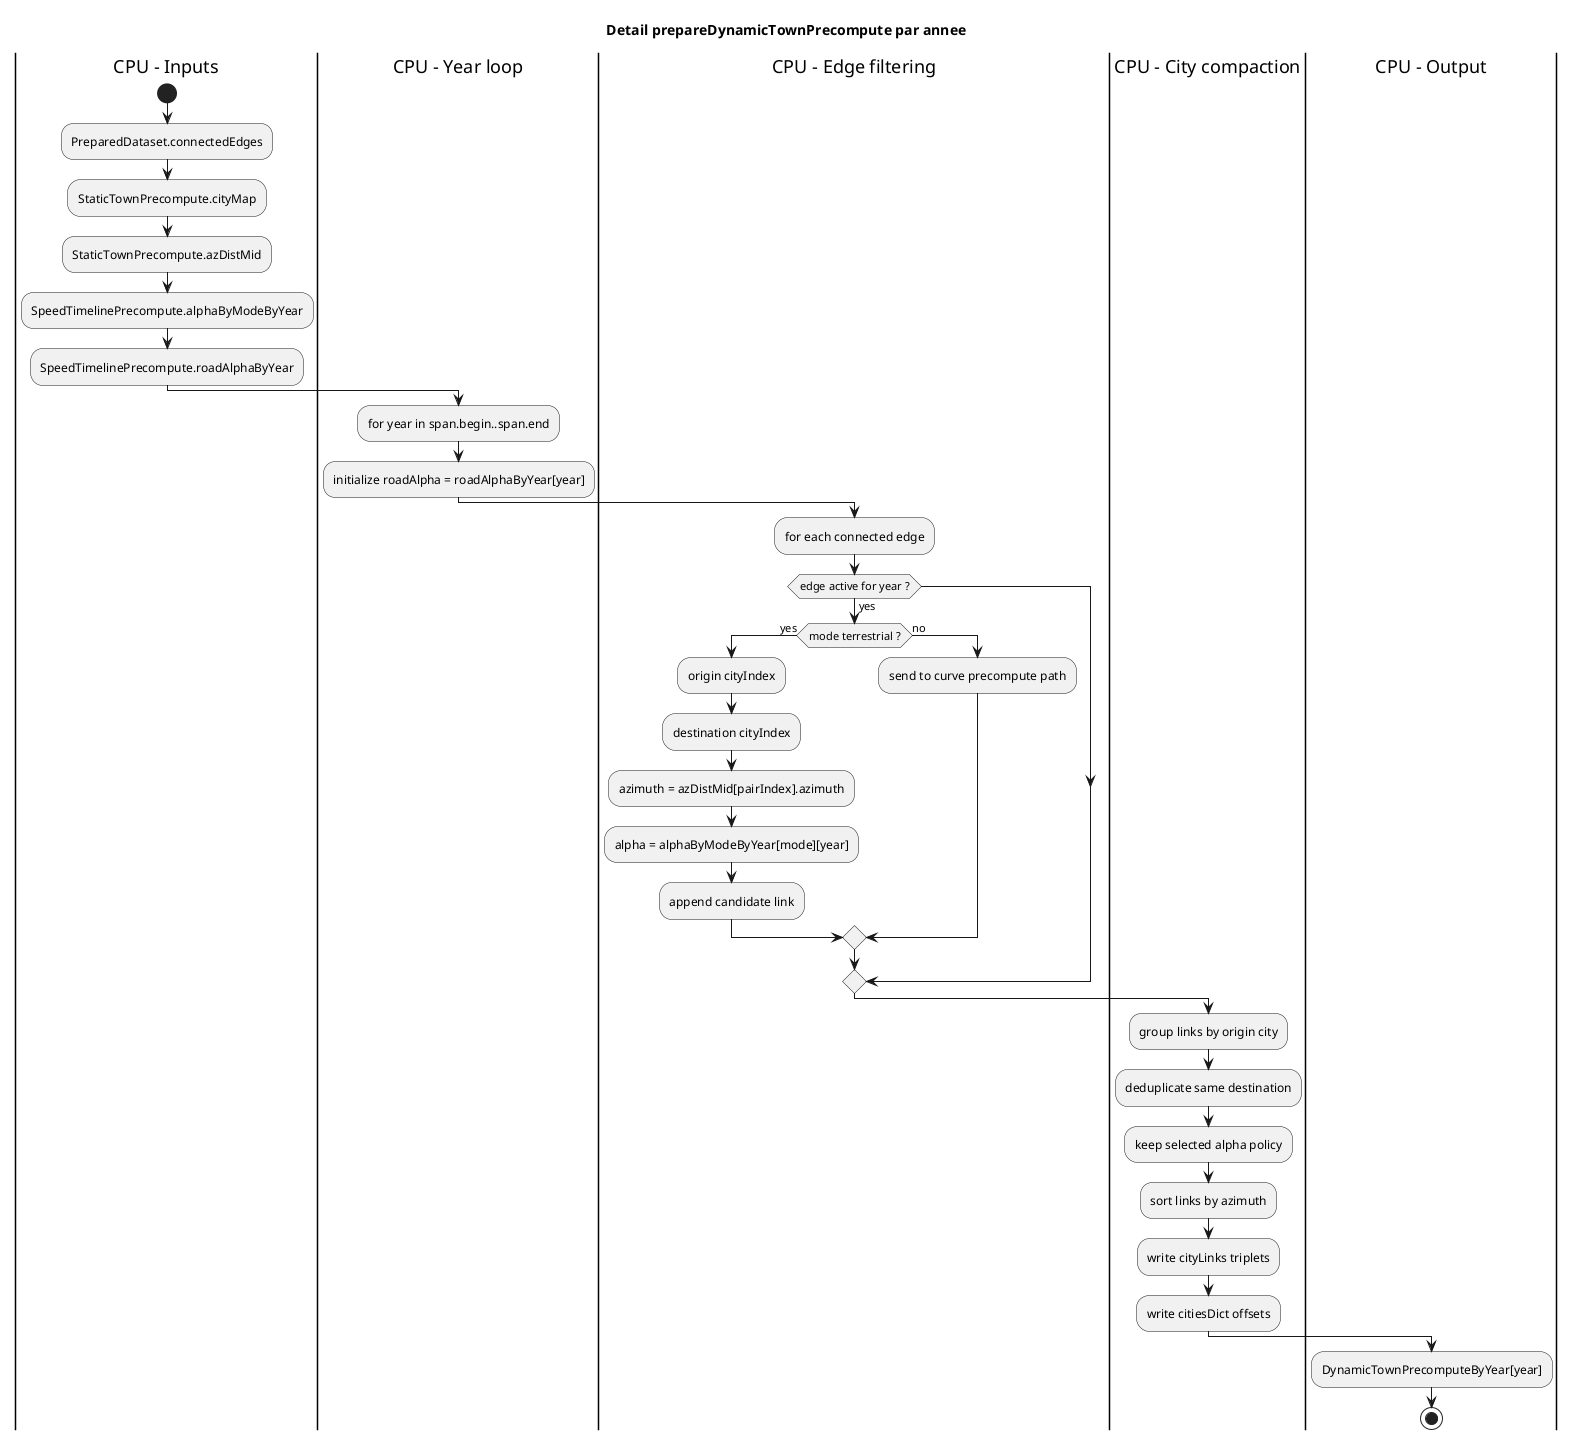
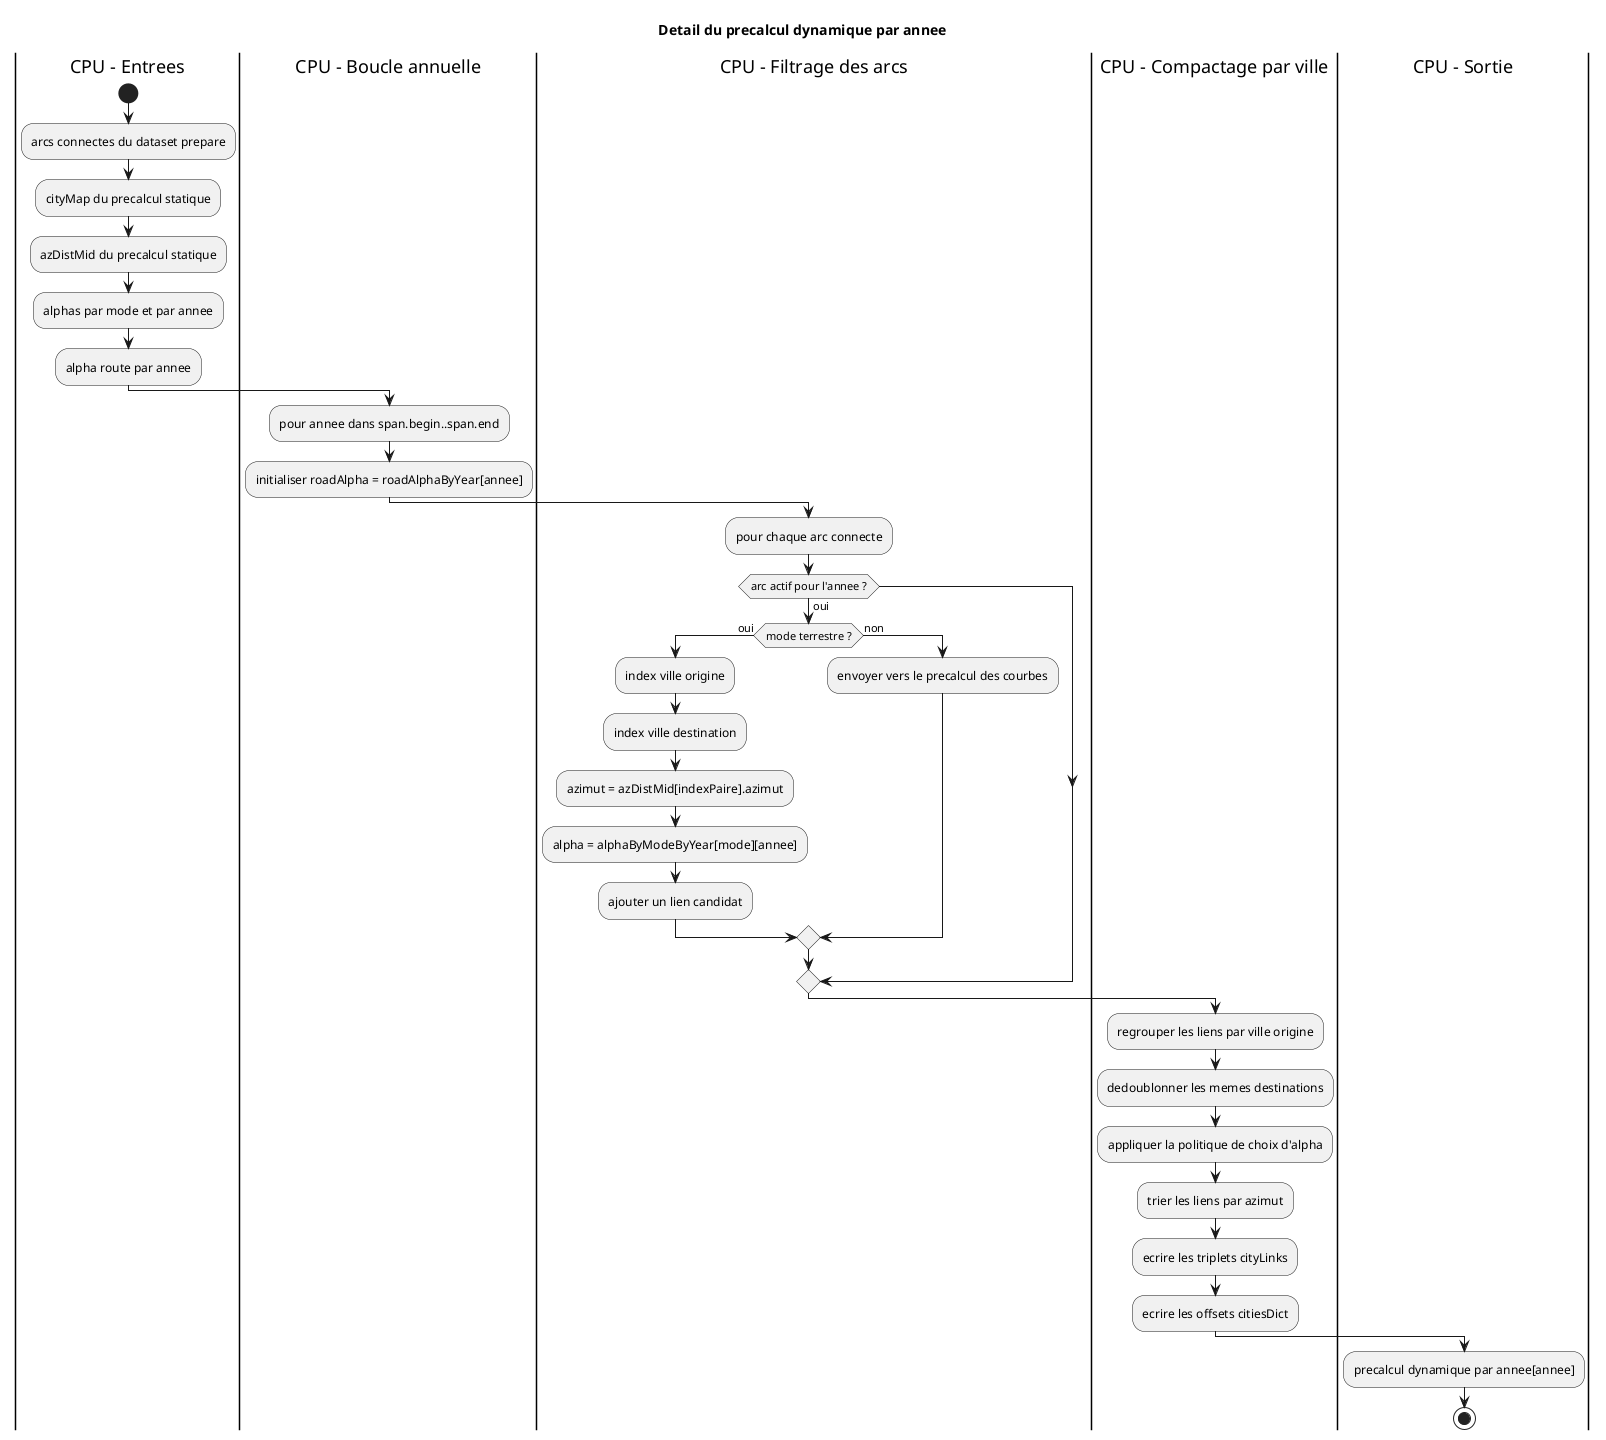
@startuml
- title Detail prepareDynamicTownPrecompute par annee
+ title Detail du precalcul dynamique par annee

- |CPU - Inputs|
+ |CPU - Entrees|
start
- :PreparedDataset.connectedEdges;
- :StaticTownPrecompute.cityMap;
- :StaticTownPrecompute.azDistMid;
- :SpeedTimelinePrecompute.alphaByModeByYear;
- :SpeedTimelinePrecompute.roadAlphaByYear;
+ :arcs connectes du dataset prepare;
+ :cityMap du precalcul statique;
+ :azDistMid du precalcul statique;
+ :alphas par mode et par annee;
+ :alpha route par annee;

- |CPU - Year loop|
- :for year in span.begin..span.end;
- :initialize roadAlpha = roadAlphaByYear[year];
+ |CPU - Boucle annuelle|
+ :pour annee dans span.begin..span.end;
+ :initialiser roadAlpha = roadAlphaByYear[annee];

- |CPU - Edge filtering|
- :for each connected edge;
- if (edge active for year ?) then (yes)
-   if (mode terrestrial ?) then (yes)
-     :origin cityIndex;
-     :destination cityIndex;
-     :azimuth = azDistMid[pairIndex].azimuth;
-     :alpha = alphaByModeByYear[mode][year];
-     :append candidate link;
-   else (no)
-     :send to curve precompute path;
+ |CPU - Filtrage des arcs|
+ :pour chaque arc connecte;
+ if (arc actif pour l'annee ?) then (oui)
+   if (mode terrestre ?) then (oui)
+     :index ville origine;
+     :index ville destination;
+     :azimut = azDistMid[indexPaire].azimut;
+     :alpha = alphaByModeByYear[mode][annee];
+     :ajouter un lien candidat;
+   else (non)
+     :envoyer vers le precalcul des courbes;
  endif
endif

- |CPU - City compaction|
- :group links by origin city;
- :deduplicate same destination;
- :keep selected alpha policy;
- :sort links by azimuth;
- :write cityLinks triplets;
- :write citiesDict offsets;
+ |CPU - Compactage par ville|
+ :regrouper les liens par ville origine;
+ :dedoublonner les memes destinations;
+ :appliquer la politique de choix d'alpha;
+ :trier les liens par azimut;
+ :ecrire les triplets cityLinks;
+ :ecrire les offsets citiesDict;

- |CPU - Output|
- :DynamicTownPrecomputeByYear[year];
+ |CPU - Sortie|
+ :precalcul dynamique par annee[annee];
stop
@enduml
